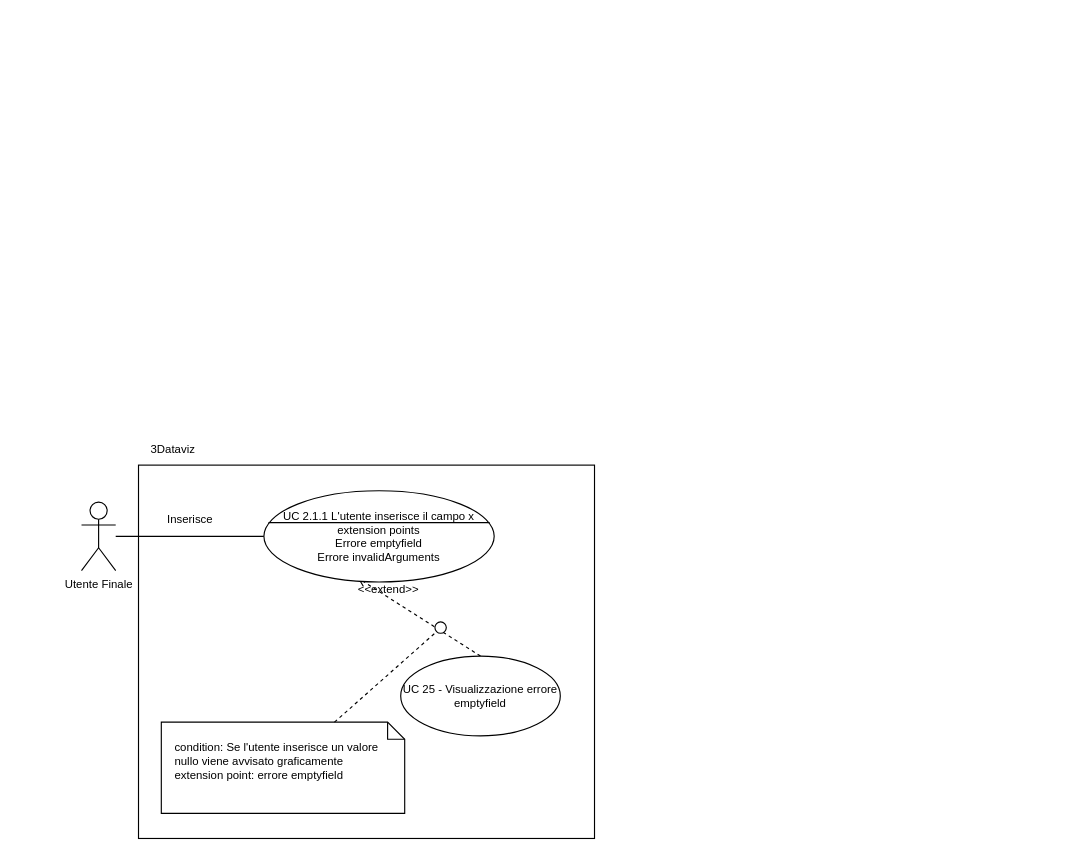
Archi7echs-Team/archi7echs-team.github.io keeps this draw.io diagram as page "UC 2.1.1" (4 of 40) of img/adr/UC.drawio. Above is the earlier version. Source tidied: cells renumbered, new cells numbered last; positions are measured from the earlier drawing's top-left corner, leaving out a move shared by most shapes. Both pictures are drawn from the tidied source at 114%, with x=0, y=0 at pixel (81, 430).
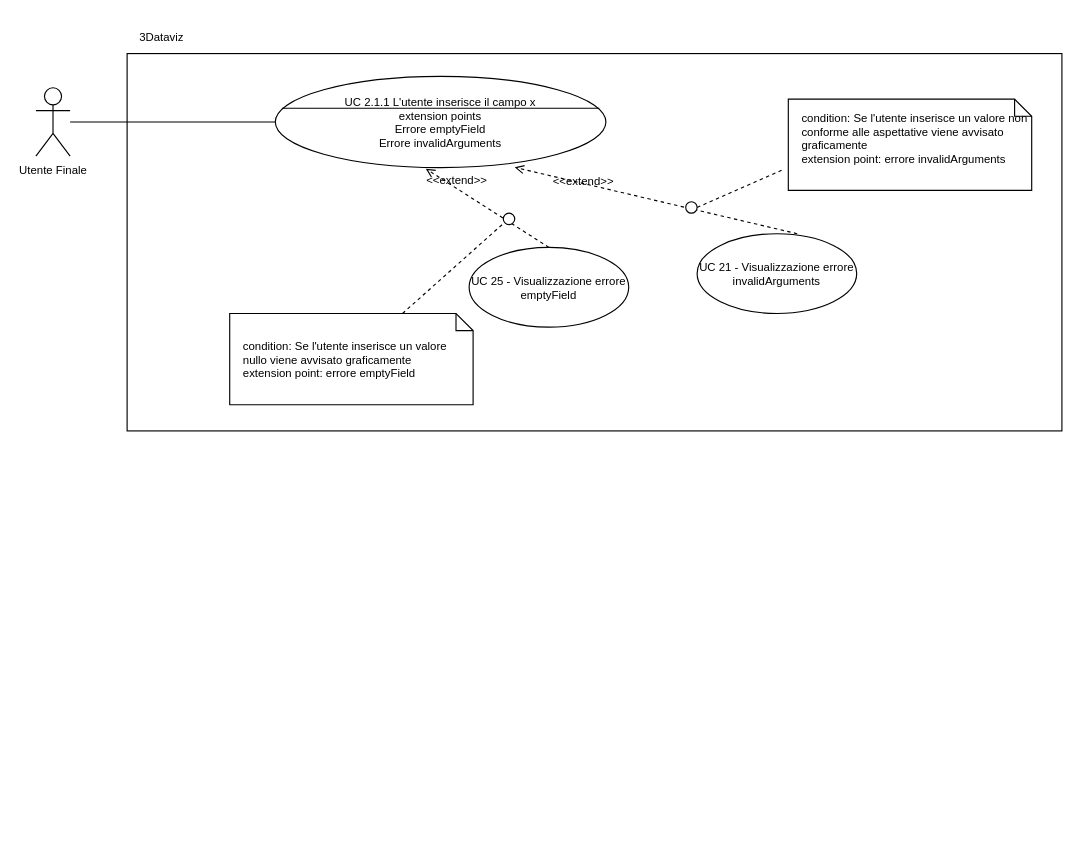
The same diagram, later.

Change to the diagram source:
```diff
@@
-    <mxCell id="2" style="rounded=0;whiteSpace=wrap;html=1;fontSize=10;" parent="1" vertex="1">
-      <mxGeometry x="50" y="30.5" width="400" height="327.5" as="geometry" />
-    </mxCell>
+    <mxCell id="14" style="rounded=0;whiteSpace=wrap;html=1;fontSize=10;" parent="1" vertex="1">
+      <mxGeometry x="40" y="-330.5" width="820" height="331" as="geometry" />
+    </mxCell>
     <mxCell id="3" value="Utente Finale" style="shape=umlActor;verticalLabelPosition=bottom;verticalAlign=top;html=1;fontSize=10;" parent="1" vertex="1">
-      <mxGeometry y="63" width="30" height="60" as="geometry" />
+      <mxGeometry x="-40" y="-300.5" width="30" height="60" as="geometry" />
     </mxCell>
     <mxCell id="4" value="3Dataviz" style="text;html=1;align=center;verticalAlign=middle;strokeColor=none;fillColor=none;fontSize=10;" parent="1" vertex="1">
-      <mxGeometry x="50" y="0.5" width="60" height="30" as="geometry" />
+      <mxGeometry x="40" y="-360.5" width="60" height="30" as="geometry" />
     </mxCell>
-    <mxCell id="5" style="line;strokeWidth=1;fillColor=none;align=left;verticalAlign=middle;spacingTop=-1;spacingLeft=3;spacingRight=3;labelPosition=right;strokeColor=inherit;fontSize=10;" parent="1" vertex="1">
-      <mxGeometry x="30" y="89" width="130" height="8" as="geometry" />
-    </mxCell>
-    <mxCell id="6" value="Inserisce" style="text;html=1;align=center;verticalAlign=middle;strokeColor=none;fillColor=none;fontSize=10;" parent="1" vertex="1">
-      <mxGeometry x="65" y="63" width="60" height="30" as="geometry" />
-    </mxCell>
-    <mxCell id="7" value="UC 25 - Visualizzazione errore emptyfield" style="ellipse;whiteSpace=wrap;html=1;fontSize=10;" parent="1" vertex="1">
-      <mxGeometry x="280" y="198" width="140" height="70" as="geometry" />
-    </mxCell>
+    <mxCell id="15" style="line;strokeWidth=1;fillColor=none;align=left;verticalAlign=middle;spacingTop=-1;spacingLeft=3;spacingRight=3;labelPosition=right;strokeColor=inherit;fontSize=10;" parent="1" vertex="1">
+      <mxGeometry x="-10" y="-274.5" width="190" height="8" as="geometry" />
+    </mxCell>
+    <mxCell id="16" value="UC 2.1.1 L'utente inserisce il campo x&lt;div&gt;extension points&lt;div&gt;Errore emptyField&lt;/div&gt;&lt;div&gt;Errore invalidArguments&lt;/div&gt;&lt;/div&gt;" style="html=1;shape=mxgraph.sysml.useCaseExtPt;whiteSpace=wrap;align=center;fontSize=10;" parent="1" vertex="1">
+      <mxGeometry x="170" y="-310.5" width="290" height="80" as="geometry" />
+    </mxCell>
+    <mxCell id="17" style="html=1;verticalAlign=middle;align=center;labelBackgroundColor=none;fontStyle=1;fontSize=10;" parent="16" vertex="1">
+      <mxGeometry x="145" y="17" as="geometry" />
+    </mxCell>
+    <mxCell id="18" value="UC 25 - Visualizzazione errore emptyField" style="ellipse;whiteSpace=wrap;html=1;fontSize=10;" parent="1" vertex="1">
+      <mxGeometry x="340" y="-160.5" width="140" height="70" as="geometry" />
+    </mxCell>
-    <mxCell id="8" value="&amp;lt;&amp;lt;extend&amp;gt;&amp;gt;" style="html=1;verticalAlign=bottom;labelBackgroundColor=none;endArrow=open;endFill=0;dashed=1;rounded=0;exitX=0.5;exitY=0;exitDx=0;exitDy=0;fontSize=10;entryX=0.407;entryY=0.955;entryDx=0;entryDy=0;entryPerimeter=0;" parent="1" edge="1" source="7" target="10">
-      <mxGeometry x="0.48" y="1" relative="1" as="geometry" />
+    <mxCell id="8" value="&amp;lt;&amp;lt;extend&amp;gt;&amp;gt;" style="html=1;verticalAlign=bottom;labelBackgroundColor=none;endArrow=open;endFill=0;dashed=1;rounded=0;exitX=0.5;exitY=0;exitDx=0;exitDy=0;fontSize=10;entryX=0.407;entryY=0.955;entryDx=0;entryDy=0;entryPerimeter=0;" parent="1" edge="1" source="18">
+      <mxGeometry x="0.48" y="1" relative="1" as="geometry">
+        <mxPoint x="302" y="-229.5" as="targetPoint" />
+      </mxGeometry>
     </mxCell>
-    <mxCell id="9" value="&lt;font&gt;condition: Se l'utente inserisce un valore nullo viene avvisato graficamente&lt;/font&gt;&lt;div&gt;&lt;font&gt;extension point: errore&amp;nbsp;&lt;span style=&quot;text-align: center;&quot;&gt;emptyfield&lt;/span&gt;&lt;br&gt;&lt;/font&gt;&lt;div&gt;&lt;br&gt;&lt;/div&gt;&lt;/div&gt;" style="shape=note;size=15;align=left;spacingLeft=10;html=1;whiteSpace=wrap;fontSize=10;" parent="1" vertex="1">
-      <mxGeometry x="70" y="256" width="213.5" height="80" as="geometry" />
-    </mxCell>
-    <mxCell id="10" value="UC 2.1.1 L'utente inserisce il campo x&lt;div&gt;extension points&lt;div&gt;Errore emptyfield&lt;/div&gt;&lt;div&gt;Errore invalidArguments&lt;/div&gt;&lt;/div&gt;" style="html=1;shape=mxgraph.sysml.useCaseExtPt;whiteSpace=wrap;align=center;fontSize=10;" parent="1" vertex="1">
-      <mxGeometry x="160" y="53" width="202" height="80" as="geometry" />
-    </mxCell>
-    <mxCell id="11" style="html=1;verticalAlign=middle;align=center;labelBackgroundColor=none;fontStyle=1;fontSize=10;" parent="10" vertex="1">
-      <mxGeometry x="101" y="17" as="geometry" />
-    </mxCell>
-    <mxCell id="12" style="ellipse;whiteSpace=wrap;html=1;fontSize=10;" parent="1" vertex="1">
-      <mxGeometry x="310" y="168" width="10" height="10" as="geometry" />
-    </mxCell>
-    <mxCell id="13" style="endArrow=none;dashed=1;html=1;rounded=0;fontSize=10;entryX=-0.052;entryY=1.036;entryDx=0;entryDy=0;entryPerimeter=0;" parent="1" edge="1" source="9" target="12">
-      <mxGeometry relative="1" as="geometry" />
-    </mxCell>
+    <mxCell id="19" value="&lt;font&gt;condition: Se l'utente inserisce un valore nullo viene avvisato graficamente&lt;/font&gt;&lt;div&gt;&lt;font&gt;extension point: errore &lt;/font&gt;emptyField&lt;/div&gt;" style="shape=note;size=15;align=left;spacingLeft=10;html=1;whiteSpace=wrap;fontSize=10;" parent="1" vertex="1">
+      <mxGeometry x="130" y="-102.5" width="213.5" height="80" as="geometry" />
+    </mxCell>
+    <mxCell id="20" value="UC 21 - Visualizzazione errore invalidArguments" style="ellipse;whiteSpace=wrap;html=1;fontSize=10;" parent="1" vertex="1">
+      <mxGeometry x="540" y="-172.5" width="140" height="70" as="geometry" />
+    </mxCell>
+    <mxCell id="21" value="&amp;lt;&amp;lt;extend&amp;gt;&amp;gt;" style="html=1;verticalAlign=bottom;labelBackgroundColor=none;endArrow=open;endFill=0;dashed=1;rounded=0;entryX=0.704;entryY=0.935;entryDx=0;entryDy=0;entryPerimeter=0;fontSize=10;exitX=0.5;exitY=0;exitDx=0;exitDy=0;" parent="1" edge="1">
+      <mxGeometry x="0.5" y="6" relative="1" as="geometry">
+        <mxPoint x="627.8" y="-172.5" as="sourcePoint" />
+        <mxPoint x="380" y="-230.7" as="targetPoint" />
+      </mxGeometry>
+    </mxCell>
+    <mxCell id="22" value="&lt;font&gt;condition: Se l'utente inserisce un valore non conforme alle aspettative viene avvisato graficamente&lt;/font&gt;&lt;div&gt;&lt;font&gt;extension point: errore&amp;nbsp;&lt;span style=&quot;text-align: center;&quot;&gt;invalidArguments&lt;/span&gt;&lt;br&gt;&lt;/font&gt;&lt;div&gt;&lt;br&gt;&lt;/div&gt;&lt;/div&gt;" style="shape=note;size=15;align=left;spacingLeft=10;html=1;whiteSpace=wrap;fontSize=10;" parent="1" vertex="1">
+      <mxGeometry x="620" y="-290.5" width="213.5" height="80" as="geometry" />
+    </mxCell>
+    <mxCell id="23" style="endArrow=none;dashed=1;html=1;rounded=0;fontSize=10;exitX=1;exitY=0.5;exitDx=0;exitDy=0;" parent="1" edge="1" source="26">
+      <mxGeometry relative="1" as="geometry">
+        <mxPoint x="615" y="-228.5" as="targetPoint" />
+      </mxGeometry>
+    </mxCell>
+    <mxCell id="24" style="endArrow=none;dashed=1;html=1;rounded=0;fontSize=10;entryX=-0.052;entryY=1.036;entryDx=0;entryDy=0;entryPerimeter=0;" parent="1" edge="1" source="19">
+      <mxGeometry relative="1" as="geometry">
+        <mxPoint x="369" y="-180.5" as="targetPoint" />
+      </mxGeometry>
+    </mxCell>
+    <mxCell id="25" style="ellipse;whiteSpace=wrap;html=1;fontSize=10;" parent="1" vertex="1">
+      <mxGeometry x="370" y="-190.5" width="10" height="10" as="geometry" />
+    </mxCell>
+    <mxCell id="26" style="ellipse;whiteSpace=wrap;html=1;fontSize=10;" parent="1" vertex="1">
+      <mxGeometry x="530" y="-200.5" width="10" height="10" as="geometry" />
+    </mxCell>
```
